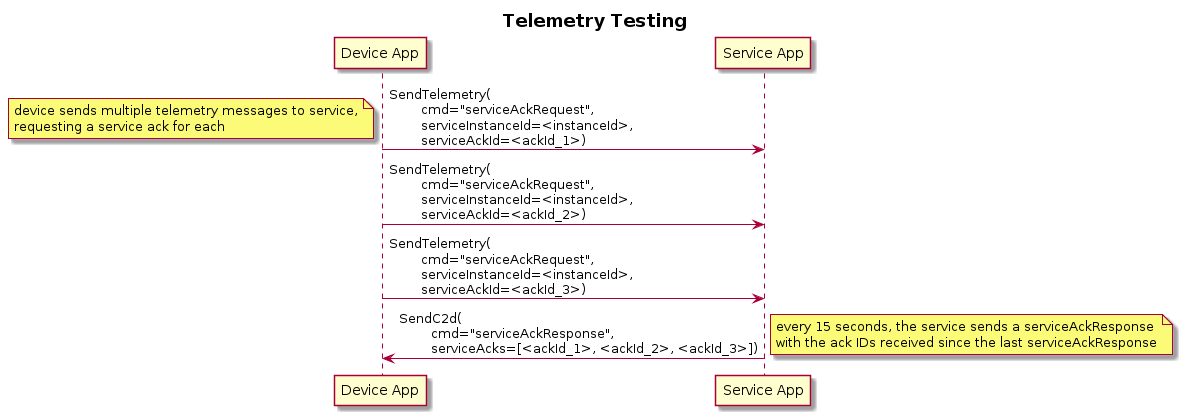
Azure/iot-sdk-longhaul keeps this PlantUML diagram as docs/assets/test-telemetry.png. Above is the earlier version.
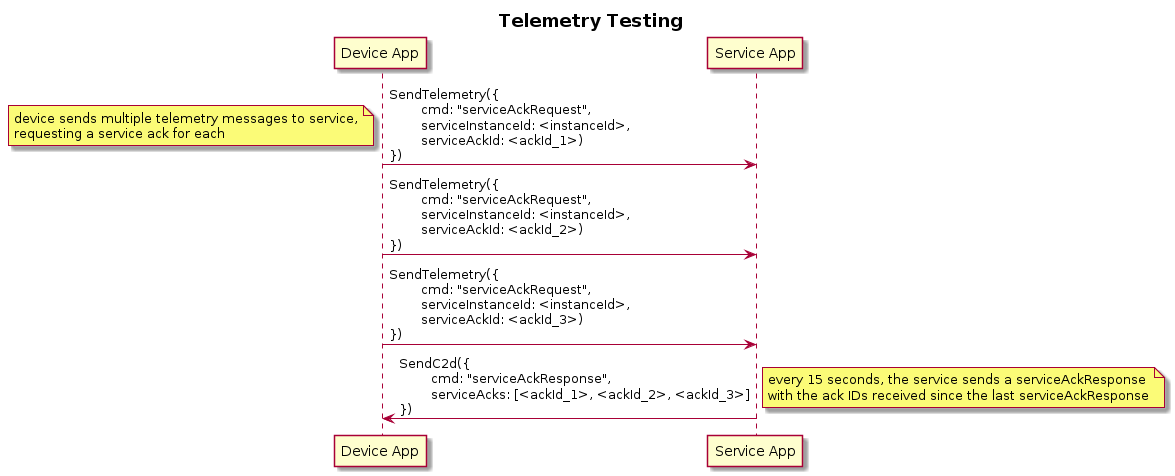
The same diagram one commit later.

What changed in the source:
```diff
@@ -4,14 +4,14 @@
 
 title **Telemetry Testing**
 
-D -> S: SendTelemetry(\n\tcmd="serviceAckRequest", \n\tserviceInstanceId=<instanceId>, \n\tserviceAckId=<ackId_1>)
+D -> S: SendTelemetry({\n\tcmd: "serviceAckRequest", \n\tserviceInstanceId: <instanceId>, \n\tserviceAckId: <ackId_1>)\n})
 note left: device sends multiple telemetry messages to service,\nrequesting a service ack for each
 
-D -> S: SendTelemetry(\n\tcmd="serviceAckRequest", \n\tserviceInstanceId=<instanceId>, \n\tserviceAckId=<ackId_2>)
+D -> S: SendTelemetry({\n\tcmd: "serviceAckRequest", \n\tserviceInstanceId: <instanceId>, \n\tserviceAckId: <ackId_2>)\n})
 
-D -> S: SendTelemetry(\n\tcmd="serviceAckRequest", \n\tserviceInstanceId=<instanceId>, \n\tserviceAckId=<ackId_3>)
+D -> S: SendTelemetry({\n\tcmd: "serviceAckRequest", \n\tserviceInstanceId: <instanceId>, \n\tserviceAckId: <ackId_3>)\n})
 
-S -> D: SendC2d(\n\tcmd="serviceAckResponse", \n\tserviceAcks=[<ackId_1>, <ackId_2>, <ackId_3>])
+S -> D: SendC2d({\n\tcmd: "serviceAckResponse", \n\tserviceAcks: [<ackId_1>, <ackId_2>, <ackId_3>]\n})
 note right: every 15 seconds, the service sends a serviceAckResponse\nwith the ack IDs received since the last serviceAckResponse
 
 @enduml
```
